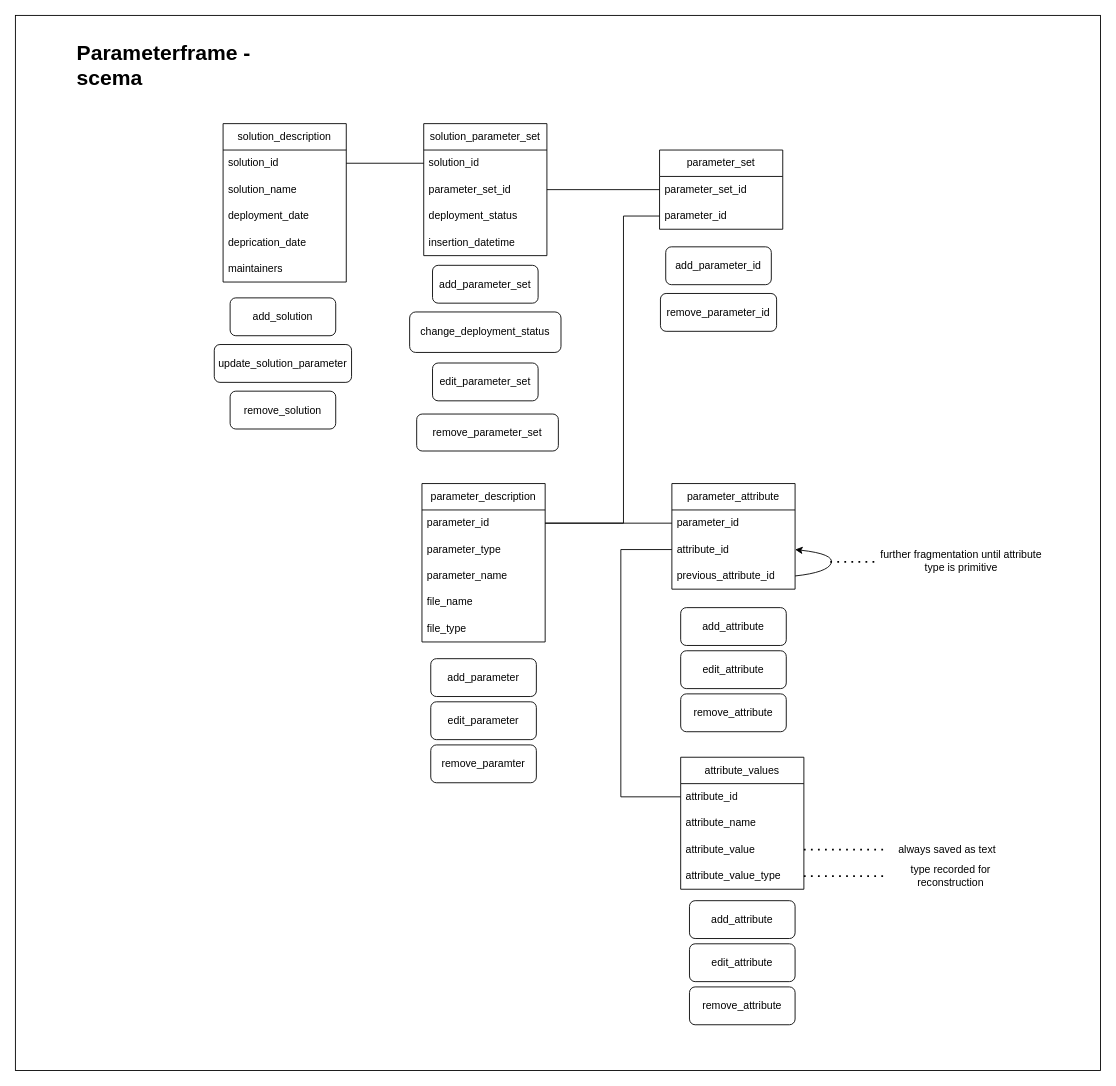
Above: page "schema" (1 of 3) of drawio/parameterframe.drawio in Kiril-Mordan/reusables (draw.io), before the change. Source tidied: cells renumbered, new cells numbered last; positions are measured from the earlier drawing's top-left corner, leaving out a move shared by most shapes. Both pictures are drawn from the tidied source at 88%, with x=0, y=0 at pixel (15, 15).
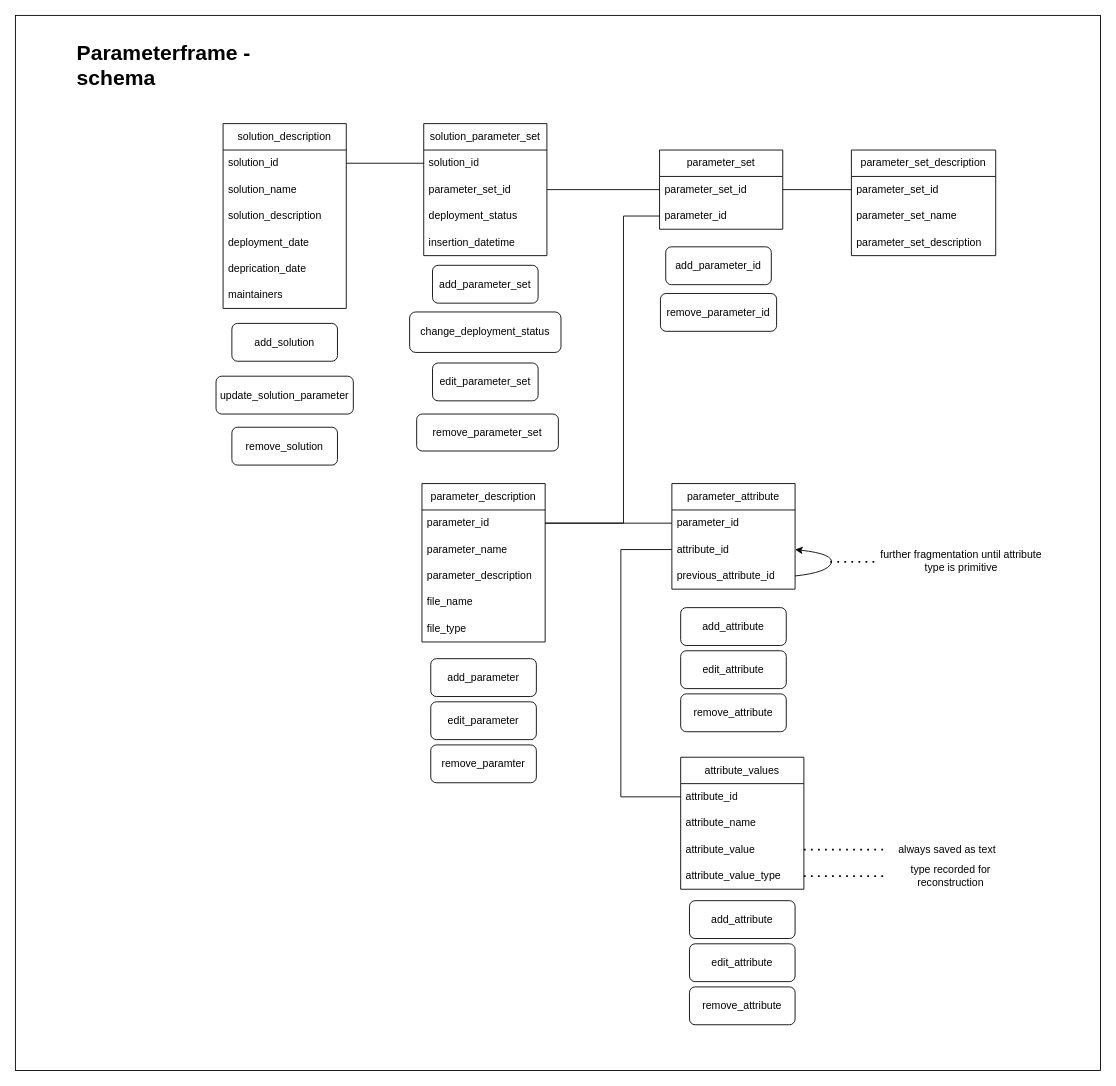
The same page after the edit.

Commit message (it also covers changes not shown here):
[DRAFT] diagram that shows basic usage of parameterframe

The change refers to these unchanged cells:
```xml
<mxCell id="10" value="parameter_set_id" style="text;strokeColor=none;fillColor=none;align=left;verticalAlign=middle;spacingLeft=4;spacingRight=4;overflow=hidden;points=[[0,0.5],[1,0.5]];portConstraint=eastwest;whiteSpace=wrap;html=1;" parent="9" vertex="1">
  <mxGeometry y="30" width="140" height="30" as="geometry" />
</mxCell>
<mxCell id="20" value="parameter_description" style="swimlane;fontStyle=0;horizontal=1;startSize=30;whiteSpace=wrap;html=1;" parent="1" vertex="1">
  <mxGeometry x="462" y="532" width="140" height="180" as="geometry" />
</mxCell>
```

The edit, as a diff of the source:
```diff
@@
-    <mxCell id="3" value="&lt;h1&gt;Parameterframe - scema&lt;/h1&gt;&lt;div&gt;&lt;br&gt;&lt;/div&gt;" style="text;html=1;spacing=5;spacingTop=-20;whiteSpace=wrap;overflow=hidden;rounded=0;" parent="1" vertex="1">
+    <mxCell id="3" value="&lt;h1&gt;Parameterframe - schema&lt;/h1&gt;&lt;div&gt;&lt;br&gt;&lt;/div&gt;" style="text;html=1;spacing=5;spacingTop=-20;whiteSpace=wrap;overflow=hidden;rounded=0;" parent="1" vertex="1">
       <mxGeometry x="65" y="23" width="265" height="127" as="geometry" />
     </mxCell>
@@
     <mxCell id="13" value="solution_description" style="swimlane;fontStyle=0;horizontal=1;startSize=30;whiteSpace=wrap;html=1;" parent="1" vertex="1">
-      <mxGeometry x="236" y="123" width="140" height="180" as="geometry" />
+      <mxGeometry x="236" y="123" width="140" height="210" as="geometry" />
     </mxCell>
@@
+    <mxCell id="63" value="solution_description" style="text;strokeColor=none;fillColor=none;align=left;verticalAlign=middle;spacingLeft=4;spacingRight=4;overflow=hidden;whiteSpace=wrap;html=1;" parent="13" vertex="1">
+      <mxGeometry y="90" width="140" height="30" as="geometry" />
+    </mxCell>
     <mxCell id="16" value="deployment_date" style="text;strokeColor=none;fillColor=none;align=left;verticalAlign=middle;spacingLeft=4;spacingRight=4;overflow=hidden;whiteSpace=wrap;html=1;" parent="13" vertex="1">
-      <mxGeometry y="90" width="140" height="30" as="geometry" />
+      <mxGeometry y="120" width="140" height="30" as="geometry" />
     </mxCell>
     <mxCell id="17" value="deprication_date" style="text;strokeColor=none;fillColor=none;align=left;verticalAlign=middle;spacingLeft=4;spacingRight=4;overflow=hidden;whiteSpace=wrap;html=1;" parent="13" vertex="1">
-      <mxGeometry y="120" width="140" height="30" as="geometry" />
+      <mxGeometry y="150" width="140" height="30" as="geometry" />
     </mxCell>
     <mxCell id="18" value="maintainers" style="text;strokeColor=none;fillColor=none;align=left;verticalAlign=middle;spacingLeft=4;spacingRight=4;overflow=hidden;whiteSpace=wrap;html=1;" parent="13" vertex="1">
-      <mxGeometry y="150" width="140" height="30" as="geometry" />
+      <mxGeometry y="180" width="140" height="30" as="geometry" />
     </mxCell>
@@
-    <mxCell id="22" value="parameter_type" style="text;strokeColor=none;fillColor=none;align=left;verticalAlign=middle;spacingLeft=4;spacingRight=4;overflow=hidden;whiteSpace=wrap;html=1;" parent="20" vertex="1">
-      <mxGeometry y="60" width="140" height="30" as="geometry" />
-    </mxCell>
+    <mxCell id="64" value="parameter_name" style="text;strokeColor=none;fillColor=none;align=left;verticalAlign=middle;spacingLeft=4;spacingRight=4;overflow=hidden;whiteSpace=wrap;html=1;" parent="20" vertex="1">
+      <mxGeometry y="60" width="140" height="30" as="geometry" />
+    </mxCell>
-    <mxCell id="23" value="parameter_name" style="text;strokeColor=none;fillColor=none;align=left;verticalAlign=middle;spacingLeft=4;spacingRight=4;overflow=hidden;whiteSpace=wrap;html=1;" parent="20" vertex="1">
+    <mxCell id="23" value="parameter_description" style="text;strokeColor=none;fillColor=none;align=left;verticalAlign=middle;spacingLeft=4;spacingRight=4;overflow=hidden;whiteSpace=wrap;html=1;" parent="20" vertex="1">
       <mxGeometry y="90" width="140" height="30" as="geometry" />
     </mxCell>
@@
     <mxCell id="33" value="add_solution" style="rounded=1;whiteSpace=wrap;html=1;" parent="1" vertex="1">
-      <mxGeometry x="244" y="321" width="120" height="43" as="geometry" />
+      <mxGeometry x="246" y="350" width="120" height="43" as="geometry" />
     </mxCell>
     <mxCell id="34" value="update_solution_parameter" style="rounded=1;whiteSpace=wrap;html=1;" parent="1" vertex="1">
-      <mxGeometry x="226" y="374" width="156" height="43" as="geometry" />
+      <mxGeometry x="228" y="410" width="156" height="43" as="geometry" />
     </mxCell>
     <mxCell id="35" value="remove_solution" style="rounded=1;whiteSpace=wrap;html=1;" parent="1" vertex="1">
-      <mxGeometry x="244" y="427" width="120" height="43" as="geometry" />
+      <mxGeometry x="246" y="468" width="120" height="43" as="geometry" />
     </mxCell>
@@
+    <mxCell id="65" value="parameter_set_description" style="swimlane;fontStyle=0;horizontal=1;startSize=30;whiteSpace=wrap;html=1;" parent="1" vertex="1">
+      <mxGeometry x="950" y="153" width="164" height="120" as="geometry" />
+    </mxCell>
+    <mxCell id="66" value="parameter_set_id" style="text;strokeColor=none;fillColor=none;align=left;verticalAlign=middle;spacingLeft=4;spacingRight=4;overflow=hidden;points=[[0,0.5],[1,0.5]];portConstraint=eastwest;whiteSpace=wrap;html=1;" parent="65" vertex="1">
+      <mxGeometry y="30" width="164" height="30" as="geometry" />
+    </mxCell>
+    <mxCell id="67" value="parameter_set_name" style="text;strokeColor=none;fillColor=none;align=left;verticalAlign=middle;spacingLeft=4;spacingRight=4;overflow=hidden;whiteSpace=wrap;html=1;" parent="65" vertex="1">
+      <mxGeometry y="60" width="164" height="30" as="geometry" />
+    </mxCell>
+    <mxCell id="68" value="parameter_set_description" style="text;strokeColor=none;fillColor=none;align=left;verticalAlign=middle;spacingLeft=4;spacingRight=4;overflow=hidden;whiteSpace=wrap;html=1;" parent="65" vertex="1">
+      <mxGeometry y="90" width="164" height="30" as="geometry" />
+    </mxCell>
+    <mxCell id="69" style="endArrow=none;html=1;rounded=0;exitX=1;exitY=0.5;exitDx=0;exitDy=0;entryX=0;entryY=0.5;entryDx=0;entryDy=0;" parent="1" edge="1" source="10" target="66">
+      <mxGeometry relative="1" as="geometry" />
+    </mxCell>
```
